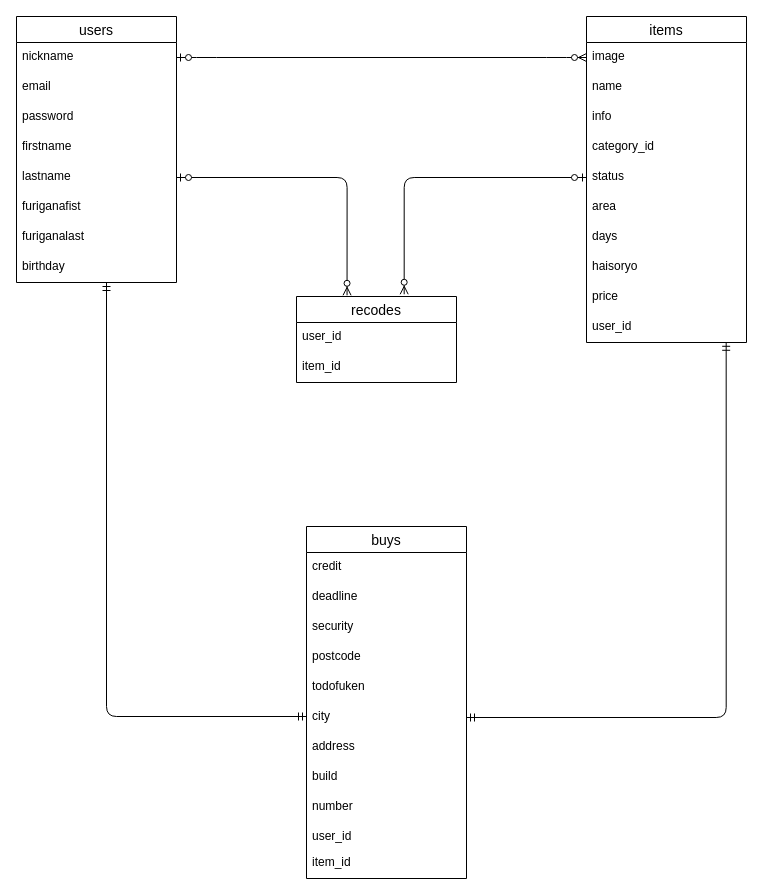
Earlier version of the draw.io diagram teble.dio (T-70ya/furima-35709). Source tidied: cells renumbered, new cells numbered last; positions are measured from the earlier drawing's top-left corner, leaving out a move shared by most shapes. Both pictures are drawn from the tidied source at 100%, with x=0, y=0 at pixel (16, 16).
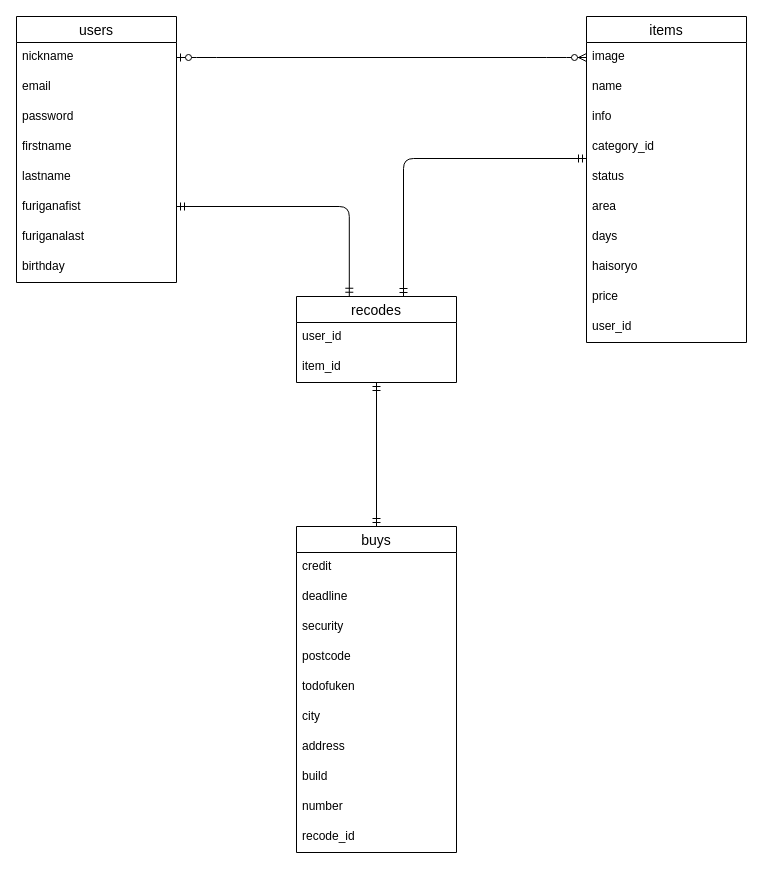
The same page after the edit.

Commit message (it also covers changes not shown here):
データベース設計修正２

Unchanged cells that the change refers to:
```xml
<mxCell id="7" value="status" style="text;strokeColor=none;fillColor=none;spacingLeft=4;spacingRight=4;overflow=hidden;points=[[0,0.5],[1,0.5]];portConstraint=eastwest;fontSize=12;" parent="2" vertex="1">
  <mxGeometry y="146" width="160" height="30" as="geometry" />
</mxCell>
<mxCell id="12" value="user_id" style="text;strokeColor=none;fillColor=none;spacingLeft=4;spacingRight=4;overflow=hidden;points=[[0,0.5],[1,0.5]];portConstraint=eastwest;fontSize=12;" parent="2" vertex="1">
  <mxGeometry y="296" width="160" height="30" as="geometry" />
</mxCell>
<mxCell id="18" value="lastname" style="text;strokeColor=none;fillColor=none;spacingLeft=4;spacingRight=4;overflow=hidden;points=[[0,0.5],[1,0.5]];portConstraint=eastwest;fontSize=12;" parent="13" vertex="1">
  <mxGeometry y="146" width="160" height="30" as="geometry" />
</mxCell>
<mxCell id="28" value="city" style="text;strokeColor=none;fillColor=none;spacingLeft=4;spacingRight=4;overflow=hidden;points=[[0,0.5],[1,0.5]];portConstraint=eastwest;fontSize=12;" parent="22" vertex="1">
  <mxGeometry y="176" width="160" height="30" as="geometry" />
</mxCell>
<mxCell id="34" value="recodes" style="swimlane;fontStyle=0;horizontal=1;startSize=26;align=center;fontSize=14;" parent="1" vertex="1">
  <mxGeometry x="280" y="280" width="160" height="86" as="geometry" />
</mxCell>
<mxCell id="36" value="item_id" style="text;strokeColor=none;fillColor=none;spacingLeft=4;spacingRight=4;overflow=hidden;points=[[0,0.5],[1,0.5]];portConstraint=eastwest;fontSize=12;" parent="34" vertex="1">
  <mxGeometry y="56" width="160" height="30" as="geometry" />
</mxCell>
```

Change to the diagram source:
```diff
@@
     <mxCell id="22" value="buys" style="swimlane;fontStyle=0;horizontal=1;startSize=26;align=center;fontSize=14;" parent="1" vertex="1">
-      <mxGeometry x="290" y="510" width="160" height="352" as="geometry" />
+      <mxGeometry x="280" y="510" width="160" height="326" as="geometry" />
     </mxCell>
@@
-    <mxCell id="32" value="user_id" style="text;strokeColor=none;fillColor=none;spacingLeft=4;spacingRight=4;overflow=hidden;fontSize=12;" parent="22" vertex="1">
-      <mxGeometry y="296" width="160" height="26" as="geometry" />
-    </mxCell>
-    <mxCell id="33" value="item_id" style="text;strokeColor=none;fillColor=none;spacingLeft=4;spacingRight=4;overflow=hidden;fontSize=12;" parent="22" vertex="1">
-      <mxGeometry y="322" width="160" height="30" as="geometry" />
+    <mxCell id="33" value="recode_id" style="text;strokeColor=none;fillColor=none;spacingLeft=4;spacingRight=4;overflow=hidden;fontSize=12;" parent="22" vertex="1">
+      <mxGeometry y="296" width="160" height="30" as="geometry" />
     </mxCell>
@@
-    <mxCell id="37" style="edgeStyle=elbowEdgeStyle;fontSize=12;html=1;endArrow=ERmandOne;startArrow=ERmandOne;" parent="1" edge="1">
-      <mxGeometry relative="1" as="geometry">
-        <mxPoint x="290" y="700" as="sourcePoint" />
-        <mxPoint x="90" y="266" as="targetPoint" />
-        <Array as="points">
-          <mxPoint x="90" y="560" />
-          <mxPoint x="90" y="430" />
-        </Array>
-      </mxGeometry>
-    </mxCell>
-    <mxCell id="38" style="edgeStyle=orthogonalEdgeStyle;fontSize=12;html=1;endArrow=ERmandOne;startArrow=ERmandOne;exitX=1;exitY=0.5;exitDx=0;exitDy=0;entryX=0.873;entryY=0.993;entryDx=0;entryDy=0;entryPerimeter=0;" parent="1" edge="1" source="28" target="12">
-      <mxGeometry relative="1" as="geometry" />
-    </mxCell>
@@
-    <mxCell id="40" style="edgeStyle=orthogonalEdgeStyle;fontSize=12;html=1;endArrow=ERzeroToMany;startArrow=ERzeroToOne;entryX=0.316;entryY=-0.014;entryDx=0;entryDy=0;entryPerimeter=0;exitX=1;exitY=0.5;exitDx=0;exitDy=0;" parent="1" edge="1" source="18" target="34">
-      <mxGeometry relative="1" as="geometry" />
-    </mxCell>
-    <mxCell id="41" style="edgeStyle=orthogonalEdgeStyle;fontSize=12;html=1;endArrow=ERzeroToMany;startArrow=ERzeroToOne;exitX=0;exitY=0.5;exitDx=0;exitDy=0;entryX=0.673;entryY=-0.026;entryDx=0;entryDy=0;entryPerimeter=0;" parent="1" edge="1" source="7" target="34">
-      <mxGeometry relative="1" as="geometry">
-        <Array as="points">
-          <mxPoint x="388" y="161" />
-        </Array>
-      </mxGeometry>
-    </mxCell>
+    <mxCell id="42" style="fontSize=12;html=1;endArrow=ERmandOne;startArrow=ERmandOne;exitX=0.5;exitY=0;exitDx=0;exitDy=0;" parent="1" edge="1" source="22" target="36">
+      <mxGeometry relative="1" as="geometry" />
+    </mxCell>
+    <mxCell id="43" style="edgeStyle=orthogonalEdgeStyle;fontSize=12;html=1;endArrow=ERmandOne;startArrow=ERmandOne;entryX=0.33;entryY=-0.003;entryDx=0;entryDy=0;entryPerimeter=0;" parent="1" edge="1" target="34">
+      <mxGeometry relative="1" as="geometry">
+        <mxPoint x="160" y="190" as="sourcePoint" />
+        <Array as="points">
+          <mxPoint x="333" y="190" />
+        </Array>
+      </mxGeometry>
+    </mxCell>
+    <mxCell id="44" style="edgeStyle=orthogonalEdgeStyle;fontSize=12;html=1;endArrow=ERmandOne;startArrow=ERmandOne;" parent="1" edge="1">
+      <mxGeometry relative="1" as="geometry">
+        <mxPoint x="387" y="280" as="sourcePoint" />
+        <mxPoint x="570" y="142" as="targetPoint" />
+        <Array as="points">
+          <mxPoint x="387" y="142" />
+        </Array>
+      </mxGeometry>
+    </mxCell>
```
